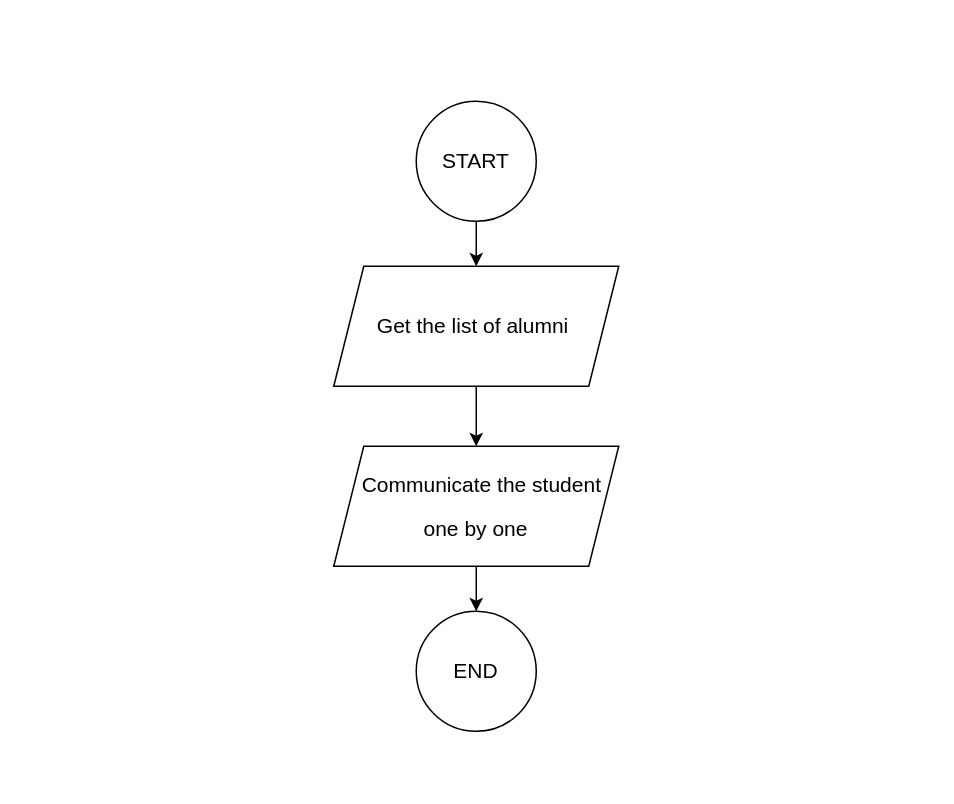
Earlier version of the draw.io diagram page "Page-5" (4 of 12) of docs/FLOWCHART.drawio (5kydriven/alumni-tracker-system-nuxt). Source tidied: cells renumbered, new cells numbered last; positions are measured from the earlier drawing's top-left corner, leaving out a move shared by most shapes. Both pictures are drawn from the tidied source at 150%, with x=0, y=0 at pixel (333, 100).
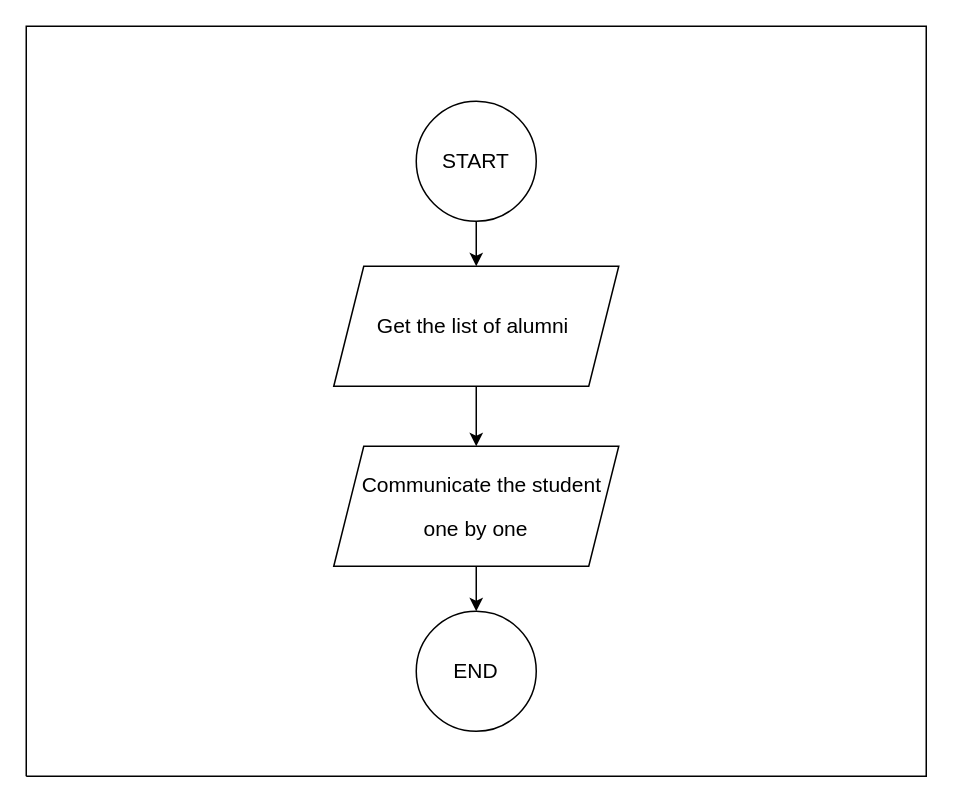
Above is the later version.

What changed in the source:
```diff
@@
 <mxGraphModel>
   <root>
     <mxCell id="0" />
     <mxCell id="1" parent="0" />
     <mxCell id="2" style="edgeStyle=orthogonalEdgeStyle;rounded=0;jettySize=auto;html=1;exitX=0.5;exitY=1;exitDx=0;exitDy=0;" parent="1" edge="1" source="3" target="5">
       <mxGeometry relative="1" as="geometry" />
     </mxCell>
     <mxCell id="3" value="&lt;font style=&quot;font-size: 14px;&quot; face=&quot;ARIAL&quot;&gt;START&lt;/font&gt;" style="ellipse;whiteSpace=wrap;html=1;" parent="1" vertex="1">
       <mxGeometry x="55" width="80" height="80" as="geometry" />
     </mxCell>
     <mxCell id="4" style="edgeStyle=orthogonalEdgeStyle;rounded=0;jettySize=auto;html=1;exitX=0.5;exitY=1;exitDx=0;exitDy=0;entryX=0.5;entryY=0;entryDx=0;entryDy=0;" parent="1" edge="1" source="5" target="8">
       <mxGeometry relative="1" as="geometry" />
     </mxCell>
     <mxCell id="5" value="&lt;p align=&quot;center&quot; class=&quot;MsoNormal&quot;&gt;&lt;font style=&quot;font-size: 14px;&quot; face=&quot;ARIAL&quot;&gt;Get the list of alumni&amp;nbsp;&lt;/font&gt;&lt;br&gt;&lt;/p&gt;" style="shape=parallelogram;perimeter=parallelogramPerimeter;whiteSpace=wrap;html=1;fixedSize=1;" parent="1" vertex="1">
       <mxGeometry y="110" width="190" height="80" as="geometry" />
     </mxCell>
     <mxCell id="6" value="&lt;font style=&quot;font-size: 14px;&quot; face=&quot;ARIAL&quot;&gt;END&lt;/font&gt;" style="ellipse;whiteSpace=wrap;html=1;" parent="1" vertex="1">
       <mxGeometry x="55" y="340" width="80" height="80" as="geometry" />
     </mxCell>
     <mxCell id="7" style="edgeStyle=orthogonalEdgeStyle;rounded=0;jettySize=auto;html=1;exitX=0.5;exitY=1;exitDx=0;exitDy=0;entryX=0.5;entryY=0;entryDx=0;entryDy=0;" parent="1" edge="1" source="8" target="6">
       <mxGeometry relative="1" as="geometry" />
     </mxCell>
     <mxCell id="8" value="&lt;p align=&quot;center&quot; class=&quot;MsoNormal&quot;&gt;&lt;font style=&quot;font-size: 14px;&quot; face=&quot;ARIAL&quot;&gt;&amp;nbsp; &amp;nbsp;Communicate the student&amp;nbsp;&lt;/font&gt;&lt;/p&gt;&lt;p align=&quot;center&quot; class=&quot;MsoNormal&quot;&gt;&lt;font style=&quot;font-size: 14px;&quot; face=&quot;ARIAL&quot;&gt;one by one&lt;/font&gt;&lt;br&gt;&lt;/p&gt;" style="shape=parallelogram;perimeter=parallelogramPerimeter;whiteSpace=wrap;html=1;fixedSize=1;" parent="1" vertex="1">
       <mxGeometry y="230" width="190" height="80" as="geometry" />
     </mxCell>
+    <mxCell id="9" style="endArrow=none;html=1;rounded=0;" parent="1" edge="1">
+      <mxGeometry relative="1" as="geometry">
+        <mxPoint x="-205" y="450" as="sourcePoint" />
+        <mxPoint x="-205" y="450" as="targetPoint" />
+        <Array as="points">
+          <mxPoint x="-205" y="-50" />
+          <mxPoint x="395" y="-50" />
+          <mxPoint x="395" y="450" />
+        </Array>
+      </mxGeometry>
+    </mxCell>
   </root>
 </mxGraphModel>
```
